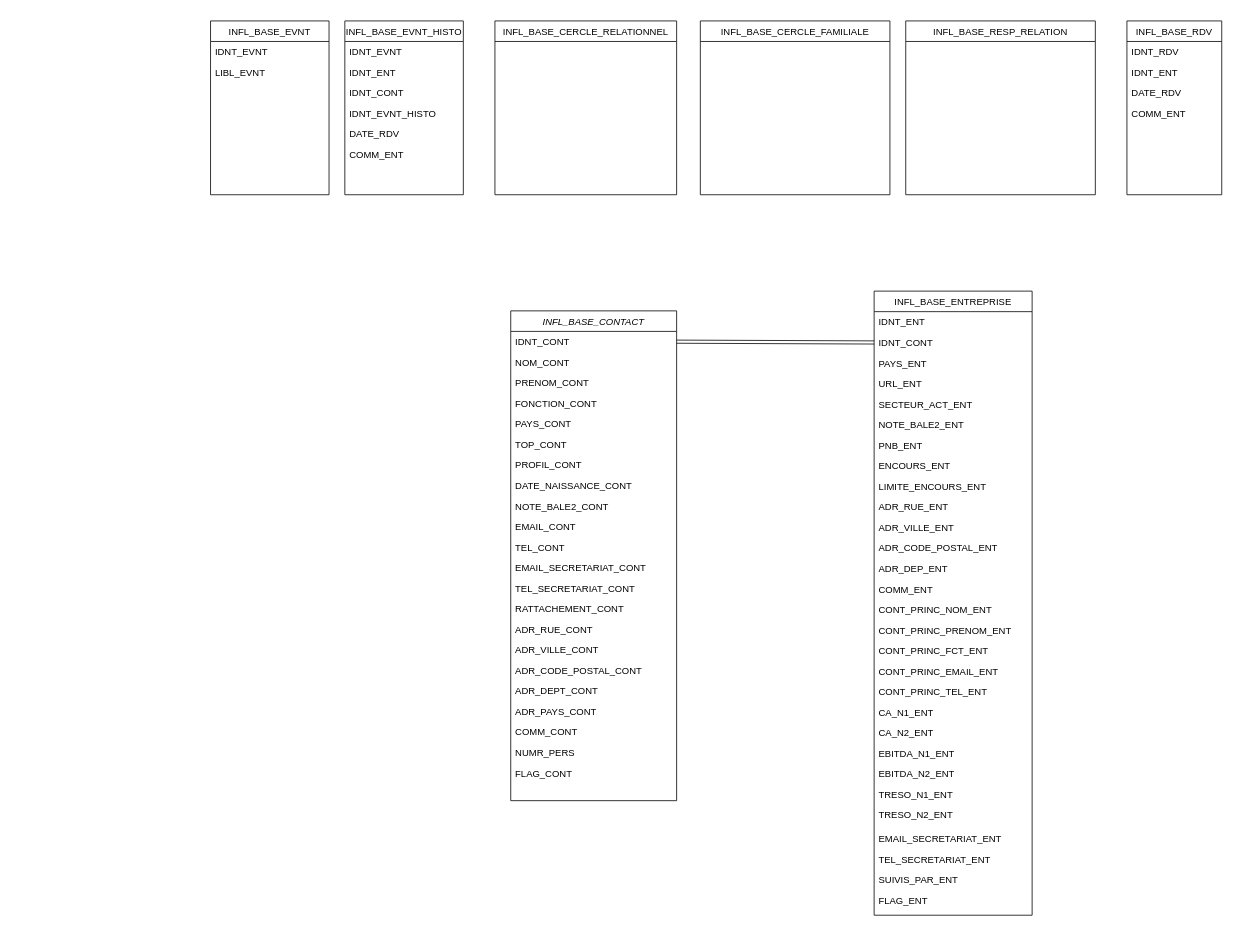
Before: Diagramme sans nom.drawio in edou01/draw, a draw.io diagram. Source tidied: cells renumbered, new cells numbered last; positions are measured from the earlier drawing's top-left corner, leaving out a move shared by most shapes. Both pictures are drawn from the tidied source at 79%, with x=0, y=0 at pixel (210, 21).
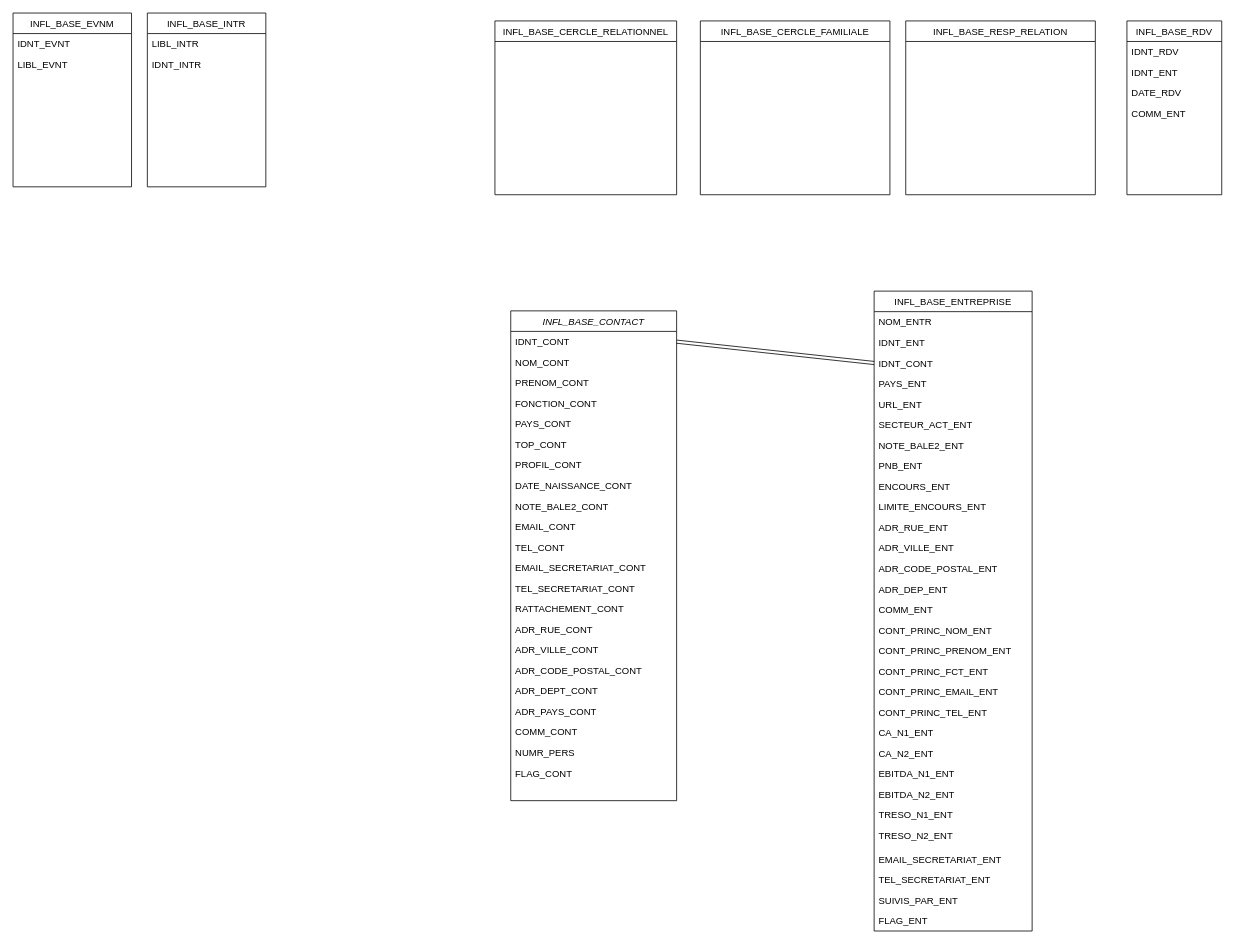
After the change.

Commit message:
Mettre à jour Diagramme sans nom.drawio

The edit, as a diff of the source:
```diff
@@
     <mxCell id="30" value="INFL_BASE_ENTREPRISE" style="swimlane;fontStyle=0;align=center;verticalAlign=top;horizontal=1;startSize=26;rounded=0;shadow=0;strokeWidth=1;" parent="1" vertex="1">
-      <mxGeometry x="840" y="342" width="200" height="790" as="geometry" />
+      <mxGeometry x="840" y="342" width="200" height="810" as="geometry" />
     </mxCell>
+    <mxCell id="74" value="NOM_ENTR             " style="text;align=left;verticalAlign=top;spacingLeft=4;spacingRight=4;overflow=hidden;" parent="30" vertex="1">
+      <mxGeometry y="26" width="200" height="26" as="geometry" />
+    </mxCell>
     <mxCell id="31" value="IDNT_ENT" style="text;align=left;verticalAlign=top;spacingLeft=4;spacingRight=4;overflow=hidden;" parent="30" vertex="1">
-      <mxGeometry y="26" width="200" height="26" as="geometry" />
+      <mxGeometry y="52" width="200" height="26" as="geometry" />
     </mxCell>
     <mxCell id="32" value="IDNT_CONT" style="text;align=left;verticalAlign=top;spacingLeft=4;spacingRight=4;overflow=hidden;points=[[0,0.5],[1,0.5]];portConstraint=eastwest;" parent="30" vertex="1">
-      <mxGeometry y="52" width="200" height="26" as="geometry" />
+      <mxGeometry y="78" width="200" height="26" as="geometry" />
     </mxCell>
     <mxCell id="33" value="PAYS_ENT" style="text;align=left;verticalAlign=top;spacingLeft=4;spacingRight=4;overflow=hidden;rounded=0;shadow=0;html=0;" parent="30" vertex="1">
-      <mxGeometry y="78" width="200" height="26" as="geometry" />
+      <mxGeometry y="104" width="200" height="26" as="geometry" />
     </mxCell>
     <mxCell id="34" value="URL_ENT" style="text;align=left;verticalAlign=top;spacingLeft=4;spacingRight=4;overflow=hidden;rounded=0;shadow=0;html=0;" parent="30" vertex="1">
-      <mxGeometry y="104" width="200" height="26" as="geometry" />
+      <mxGeometry y="130" width="200" height="26" as="geometry" />
     </mxCell>
     <mxCell id="35" value="SECTEUR_ACT_ENT" style="text;align=left;verticalAlign=top;spacingLeft=4;spacingRight=4;overflow=hidden;rounded=0;shadow=0;html=0;" parent="30" vertex="1">
-      <mxGeometry y="130" width="200" height="26" as="geometry" />
+      <mxGeometry y="156" width="200" height="26" as="geometry" />
     </mxCell>
     <mxCell id="36" value="NOTE_BALE2_ENT" style="text;align=left;verticalAlign=top;spacingLeft=4;spacingRight=4;overflow=hidden;rounded=0;shadow=0;html=0;" parent="30" vertex="1">
-      <mxGeometry y="156" width="200" height="26" as="geometry" />
+      <mxGeometry y="182" width="200" height="26" as="geometry" />
     </mxCell>
     <mxCell id="37" value="PNB_ENT" style="text;align=left;verticalAlign=top;spacingLeft=4;spacingRight=4;overflow=hidden;rounded=0;shadow=0;html=0;" parent="30" vertex="1">
-      <mxGeometry y="182" width="200" height="26" as="geometry" />
+      <mxGeometry y="208" width="200" height="26" as="geometry" />
     </mxCell>
     <mxCell id="38" value="ENCOURS_ENT" style="text;align=left;verticalAlign=top;spacingLeft=4;spacingRight=4;overflow=hidden;rounded=0;shadow=0;html=0;" parent="30" vertex="1">
-      <mxGeometry y="208" width="200" height="26" as="geometry" />
+      <mxGeometry y="234" width="200" height="26" as="geometry" />
     </mxCell>
     <mxCell id="39" value="LIMITE_ENCOURS_ENT" style="text;align=left;verticalAlign=top;spacingLeft=4;spacingRight=4;overflow=hidden;rounded=0;shadow=0;html=0;" parent="30" vertex="1">
-      <mxGeometry y="234" width="200" height="26" as="geometry" />
+      <mxGeometry y="260" width="200" height="26" as="geometry" />
     </mxCell>
     <mxCell id="40" value="ADR_RUE_ENT" style="text;align=left;verticalAlign=top;spacingLeft=4;spacingRight=4;overflow=hidden;rounded=0;shadow=0;html=0;" parent="30" vertex="1">
-      <mxGeometry y="260" width="200" height="26" as="geometry" />
+      <mxGeometry y="286" width="200" height="26" as="geometry" />
     </mxCell>
     <mxCell id="41" value="ADR_VILLE_ENT" style="text;align=left;verticalAlign=top;spacingLeft=4;spacingRight=4;overflow=hidden;rounded=0;shadow=0;html=0;" parent="30" vertex="1">
-      <mxGeometry y="286" width="200" height="26" as="geometry" />
+      <mxGeometry y="312" width="200" height="26" as="geometry" />
     </mxCell>
     <mxCell id="42" value="ADR_CODE_POSTAL_ENT" style="text;align=left;verticalAlign=top;spacingLeft=4;spacingRight=4;overflow=hidden;rounded=0;shadow=0;html=0;" parent="30" vertex="1">
-      <mxGeometry y="312" width="200" height="26" as="geometry" />
+      <mxGeometry y="338" width="200" height="26" as="geometry" />
     </mxCell>
     <mxCell id="43" value="ADR_DEP_ENT" style="text;align=left;verticalAlign=top;spacingLeft=4;spacingRight=4;overflow=hidden;rounded=0;shadow=0;html=0;" parent="30" vertex="1">
-      <mxGeometry y="338" width="200" height="26" as="geometry" />
+      <mxGeometry y="364" width="200" height="26" as="geometry" />
     </mxCell>
     <mxCell id="44" value="COMM_ENT" style="text;align=left;verticalAlign=top;spacingLeft=4;spacingRight=4;overflow=hidden;rounded=0;shadow=0;html=0;" parent="30" vertex="1">
-      <mxGeometry y="364" width="200" height="26" as="geometry" />
+      <mxGeometry y="390" width="200" height="26" as="geometry" />
     </mxCell>
     <mxCell id="45" value="CONT_PRINC_NOM_ENT" style="text;align=left;verticalAlign=top;spacingLeft=4;spacingRight=4;overflow=hidden;rounded=0;shadow=0;html=0;" parent="30" vertex="1">
-      <mxGeometry y="390" width="200" height="26" as="geometry" />
+      <mxGeometry y="416" width="200" height="26" as="geometry" />
     </mxCell>
     <mxCell id="46" value="CONT_PRINC_PRENOM_ENT" style="text;align=left;verticalAlign=top;spacingLeft=4;spacingRight=4;overflow=hidden;rounded=0;shadow=0;html=0;" parent="30" vertex="1">
-      <mxGeometry y="416" width="200" height="26" as="geometry" />
+      <mxGeometry y="442" width="200" height="26" as="geometry" />
     </mxCell>
     <mxCell id="47" value="CONT_PRINC_FCT_ENT" style="text;align=left;verticalAlign=top;spacingLeft=4;spacingRight=4;overflow=hidden;rounded=0;shadow=0;html=0;" parent="30" vertex="1">
-      <mxGeometry y="442" width="200" height="26" as="geometry" />
+      <mxGeometry y="468" width="200" height="26" as="geometry" />
     </mxCell>
     <mxCell id="48" value="CONT_PRINC_EMAIL_ENT" style="text;align=left;verticalAlign=top;spacingLeft=4;spacingRight=4;overflow=hidden;rounded=0;shadow=0;html=0;" parent="30" vertex="1">
-      <mxGeometry y="468" width="200" height="26" as="geometry" />
+      <mxGeometry y="494" width="200" height="26" as="geometry" />
     </mxCell>
     <mxCell id="49" value="CONT_PRINC_TEL_ENT" style="text;align=left;verticalAlign=top;spacingLeft=4;spacingRight=4;overflow=hidden;rounded=0;shadow=0;html=0;" parent="30" vertex="1">
-      <mxGeometry y="494" width="200" height="26" as="geometry" />
+      <mxGeometry y="520" width="200" height="26" as="geometry" />
     </mxCell>
     <mxCell id="50" value="CA_N1_ENT" style="text;align=left;verticalAlign=top;spacingLeft=4;spacingRight=4;overflow=hidden;rounded=0;shadow=0;html=0;" parent="30" vertex="1">
-      <mxGeometry y="520" width="200" height="26" as="geometry" />
+      <mxGeometry y="546" width="200" height="26" as="geometry" />
     </mxCell>
     <mxCell id="51" value="CA_N2_ENT" style="text;align=left;verticalAlign=top;spacingLeft=4;spacingRight=4;overflow=hidden;rounded=0;shadow=0;html=0;" parent="30" vertex="1">
-      <mxGeometry y="546" width="200" height="26" as="geometry" />
+      <mxGeometry y="572" width="200" height="26" as="geometry" />
     </mxCell>
     <mxCell id="52" value="EBITDA_N1_ENT" style="text;align=left;verticalAlign=top;spacingLeft=4;spacingRight=4;overflow=hidden;rounded=0;shadow=0;html=0;" parent="30" vertex="1">
-      <mxGeometry y="572" width="200" height="26" as="geometry" />
+      <mxGeometry y="598" width="200" height="26" as="geometry" />
     </mxCell>
     <mxCell id="53" value="EBITDA_N2_ENT" style="text;align=left;verticalAlign=top;spacingLeft=4;spacingRight=4;overflow=hidden;rounded=0;shadow=0;html=0;" parent="30" vertex="1">
-      <mxGeometry y="598" width="200" height="26" as="geometry" />
+      <mxGeometry y="624" width="200" height="26" as="geometry" />
     </mxCell>
     <mxCell id="54" value="TRESO_N1_ENT" style="text;align=left;verticalAlign=top;spacingLeft=4;spacingRight=4;overflow=hidden;rounded=0;shadow=0;html=0;" parent="30" vertex="1">
-      <mxGeometry y="624" width="200" height="26" as="geometry" />
+      <mxGeometry y="650" width="200" height="26" as="geometry" />
     </mxCell>
     <mxCell id="55" value="TRESO_N2_ENT" style="text;align=left;verticalAlign=top;spacingLeft=4;spacingRight=4;overflow=hidden;rounded=0;shadow=0;html=0;" parent="30" vertex="1">
-      <mxGeometry y="650" width="200" height="30" as="geometry" />
+      <mxGeometry y="676" width="200" height="30" as="geometry" />
     </mxCell>
     <mxCell id="56" value="EMAIL_SECRETARIAT_ENT" style="text;align=left;verticalAlign=top;spacingLeft=4;spacingRight=4;overflow=hidden;rounded=0;shadow=0;html=0;" parent="30" vertex="1">
-      <mxGeometry y="680" width="200" height="26" as="geometry" />
+      <mxGeometry y="706" width="200" height="26" as="geometry" />
     </mxCell>
     <mxCell id="57" value="TEL_SECRETARIAT_ENT" style="text;align=left;verticalAlign=top;spacingLeft=4;spacingRight=4;overflow=hidden;rounded=0;shadow=0;html=0;" parent="30" vertex="1">
-      <mxGeometry y="706" width="200" height="26" as="geometry" />
+      <mxGeometry y="732" width="200" height="26" as="geometry" />
     </mxCell>
     <mxCell id="58" value="SUIVIS_PAR_ENT" style="text;align=left;verticalAlign=top;spacingLeft=4;spacingRight=4;overflow=hidden;rounded=0;shadow=0;html=0;" parent="30" vertex="1">
-      <mxGeometry y="732" width="200" height="26" as="geometry" />
+      <mxGeometry y="758" width="200" height="26" as="geometry" />
     </mxCell>
     <mxCell id="59" value="FLAG_ENT" style="text;align=left;verticalAlign=top;spacingLeft=4;spacingRight=4;overflow=hidden;rounded=0;shadow=0;html=0;" parent="30" vertex="1">
-      <mxGeometry y="758" width="200" height="26" as="geometry" />
+      <mxGeometry y="784" width="200" height="26" as="geometry" />
     </mxCell>
-    <mxCell id="60" value="INFL_BASE_EVNT_HISTO" style="swimlane;fontStyle=0;align=center;verticalAlign=top;horizontal=1;startSize=26;rounded=0;shadow=0;strokeWidth=1;" parent="1" vertex="1">
-      <mxGeometry x="170" width="150" height="220" as="geometry" />
+    <mxCell id="60" value="INFL_BASE_INTR" style="swimlane;fontStyle=0;align=center;verticalAlign=top;horizontal=1;startSize=26;rounded=0;shadow=0;strokeWidth=1;" parent="1" vertex="1">
+      <mxGeometry x="-80" y="-10" width="150" height="220" as="geometry" />
     </mxCell>
-    <mxCell id="61" value="IDNT_EVNT" style="text;align=left;verticalAlign=top;spacingLeft=4;spacingRight=4;overflow=hidden;rounded=0;shadow=0;html=0;" parent="60" vertex="1">
+    <mxCell id="61" value="LIBL_INTR  " style="text;align=left;verticalAlign=top;spacingLeft=4;spacingRight=4;overflow=hidden;rounded=0;shadow=0;html=0;" parent="60" vertex="1">
       <mxGeometry y="26" width="150" height="26" as="geometry" />
     </mxCell>
-    <mxCell id="62" value="IDNT_ENT" style="text;align=left;verticalAlign=top;spacingLeft=4;spacingRight=4;overflow=hidden;rounded=0;shadow=0;html=0;" parent="60" vertex="1">
+    <mxCell id="62" value="IDNT_INTR  " style="text;align=left;verticalAlign=top;spacingLeft=4;spacingRight=4;overflow=hidden;rounded=0;shadow=0;html=0;" parent="60" vertex="1">
       <mxGeometry y="52" width="150" height="26" as="geometry" />
     </mxCell>
-    <mxCell id="63" value="IDNT_CONT" style="text;align=left;verticalAlign=top;spacingLeft=4;spacingRight=4;overflow=hidden;rounded=0;shadow=0;html=0;" parent="60" vertex="1">
-      <mxGeometry y="78" width="150" height="26" as="geometry" />
-    </mxCell>
-    <mxCell id="64" value="IDNT_EVNT_HISTO" style="text;align=left;verticalAlign=top;spacingLeft=4;spacingRight=4;overflow=hidden;rounded=0;shadow=0;html=0;" parent="60" vertex="1">
-      <mxGeometry y="104" width="150" height="26" as="geometry" />
-    </mxCell>
-    <mxCell id="65" value="DATE_RDV" style="text;align=left;verticalAlign=top;spacingLeft=4;spacingRight=4;overflow=hidden;rounded=0;shadow=0;html=0;" parent="60" vertex="1">
-      <mxGeometry y="130" width="150" height="26" as="geometry" />
-    </mxCell>
-    <mxCell id="66" value="COMM_ENT" style="text;align=left;verticalAlign=top;spacingLeft=4;spacingRight=4;overflow=hidden;rounded=0;shadow=0;html=0;" parent="60" vertex="1">
-      <mxGeometry y="156" width="150" height="26" as="geometry" />
-    </mxCell>
@@
-    <mxCell id="71" value="INFL_BASE_EVNT" style="swimlane;fontStyle=0;align=center;verticalAlign=top;horizontal=1;startSize=26;rounded=0;shadow=0;strokeWidth=1;" parent="1" vertex="1">
-      <mxGeometry width="150" height="220" as="geometry" />
+    <mxCell id="71" value="INFL_BASE_EVNM" style="swimlane;fontStyle=0;align=center;verticalAlign=top;horizontal=1;startSize=26;rounded=0;shadow=0;strokeWidth=1;" parent="1" vertex="1">
+      <mxGeometry x="-250" y="-10" width="150" height="220" as="geometry" />
     </mxCell>
```
